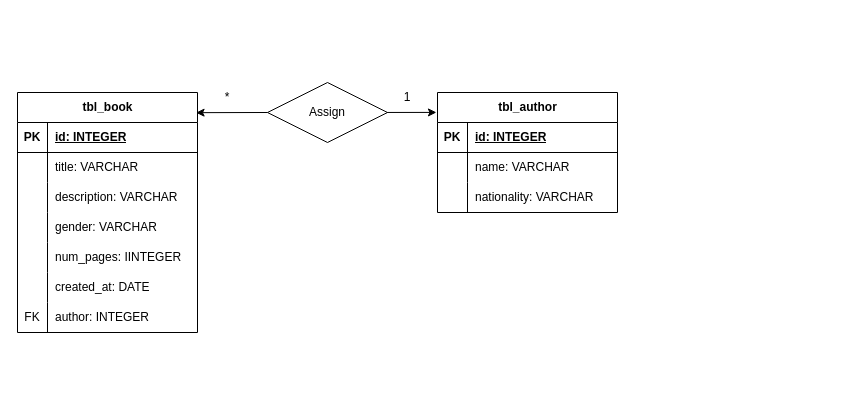
The draw.io diagram der.drawio in nxhuel/api-library, before the edit. Source tidied: cells renumbered, new cells numbered last; positions are measured from the earlier drawing's top-left corner, leaving out a move shared by most shapes. Both pictures are drawn from the tidied source at 100%, with x=0, y=0 at pixel (17, 82).
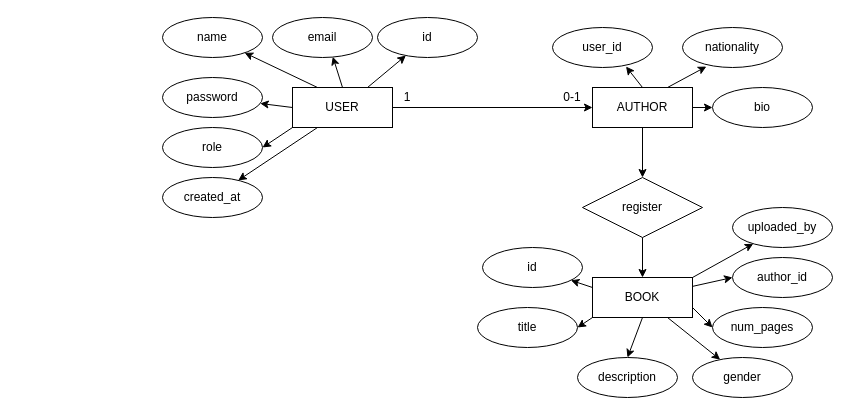
Above is the later version.

Change to the diagram source:
```diff
@@
-    <mxCell id="2" value="tbl_author" style="shape=table;startSize=30;childLayout=tableLayout;rowLines=0;fontStyle=1;align=center;html=1;" parent="1" vertex="1">
-      <mxGeometry x="420" y="10" width="180" height="120" as="geometry" />
-    </mxCell>
-    <mxCell id="3" style="shape=tableRow;horizontal=0;startSize=0;swimlaneHead=0;swimlaneBody=0;fillColor=none;top=0;left=0;right=0;bottom=1;" parent="2" vertex="1">
-      <mxGeometry y="30" width="180" height="30" as="geometry" />
-    </mxCell>
-    <mxCell id="4" value="PK" style="shape=partialRectangle;fillColor=none;top=0;left=0;bottom=0;right=0;fontStyle=1;overflow=hidden;whiteSpace=wrap;html=1;" parent="3" vertex="1">
-      <mxGeometry width="30" height="30" as="geometry" />
-    </mxCell>
-    <mxCell id="5" value="id: INTEGER" style="shape=partialRectangle;fillColor=none;top=0;left=0;bottom=0;right=0;align=left;spacingLeft=6;fontStyle=5;overflow=hidden;whiteSpace=wrap;html=1;" parent="3" vertex="1">
-      <mxGeometry x="30" width="150" height="30" as="geometry" />
-    </mxCell>
-    <mxCell id="6" style="shape=tableRow;horizontal=0;startSize=0;swimlaneHead=0;swimlaneBody=0;fillColor=none;top=0;left=0;right=0;bottom=0;" parent="2" vertex="1">
-      <mxGeometry y="60" width="180" height="30" as="geometry" />
-    </mxCell>
-    <mxCell id="7" style="shape=partialRectangle;fillColor=none;top=0;left=0;bottom=0;right=0;overflow=hidden;whiteSpace=wrap;html=1;" parent="6" vertex="1">
-      <mxGeometry width="30" height="30" as="geometry" />
-    </mxCell>
-    <mxCell id="8" value="name: VARCHAR" style="shape=partialRectangle;fillColor=none;top=0;left=0;bottom=0;right=0;align=left;spacingLeft=6;overflow=hidden;whiteSpace=wrap;html=1;" parent="6" vertex="1">
-      <mxGeometry x="30" width="150" height="30" as="geometry" />
-    </mxCell>
-    <mxCell id="9" style="shape=tableRow;horizontal=0;startSize=0;swimlaneHead=0;swimlaneBody=0;fillColor=none;top=0;left=0;right=0;bottom=0;" parent="2" vertex="1">
-      <mxGeometry y="90" width="180" height="30" as="geometry" />
-    </mxCell>
-    <mxCell id="10" style="shape=partialRectangle;fillColor=none;top=0;left=0;bottom=0;right=0;overflow=hidden;whiteSpace=wrap;html=1;" parent="9" vertex="1">
-      <mxGeometry width="30" height="30" as="geometry" />
-    </mxCell>
-    <mxCell id="11" value="nationality: VARCHAR" style="shape=partialRectangle;fillColor=none;top=0;left=0;bottom=0;right=0;align=left;spacingLeft=6;overflow=hidden;whiteSpace=wrap;html=1;" parent="9" vertex="1">
-      <mxGeometry x="30" width="150" height="30" as="geometry" />
-    </mxCell>
-    <mxCell id="12" value="tbl_book" style="shape=table;startSize=30;childLayout=tableLayout;rowLines=0;fontStyle=1;align=center;html=1;columnLines=1;resizeLastRow=0;swimlaneBody=1;swimlaneHead=1;horizontal=1;shadow=0;" parent="1" vertex="1">
-      <mxGeometry y="10" width="180" height="240" as="geometry" />
-    </mxCell>
-    <mxCell id="13" style="shape=tableRow;horizontal=0;startSize=0;swimlaneHead=0;swimlaneBody=0;fillColor=none;top=0;left=0;right=0;bottom=1;" parent="12" vertex="1">
-      <mxGeometry y="30" width="180" height="30" as="geometry" />
-    </mxCell>
-    <mxCell id="14" value="PK" style="shape=partialRectangle;fillColor=none;top=0;left=0;bottom=0;right=0;fontStyle=1;overflow=hidden;whiteSpace=wrap;html=1;" parent="13" vertex="1">
-      <mxGeometry width="30" height="30" as="geometry" />
-    </mxCell>
-    <mxCell id="15" value="id: INTEGER" style="shape=partialRectangle;fillColor=none;top=0;left=0;bottom=0;right=0;align=left;spacingLeft=6;fontStyle=5;overflow=hidden;whiteSpace=wrap;html=1;" parent="13" vertex="1">
-      <mxGeometry x="30" width="150" height="30" as="geometry" />
-    </mxCell>
-    <mxCell id="16" style="shape=tableRow;horizontal=0;startSize=0;swimlaneHead=0;swimlaneBody=0;fillColor=none;top=0;left=0;right=0;bottom=0;" parent="12" vertex="1">
-      <mxGeometry y="60" width="180" height="30" as="geometry" />
-    </mxCell>
-    <mxCell id="17" style="shape=partialRectangle;fillColor=none;top=0;left=0;bottom=0;right=0;overflow=hidden;whiteSpace=wrap;html=1;" parent="16" vertex="1">
-      <mxGeometry width="30" height="30" as="geometry" />
-    </mxCell>
-    <mxCell id="18" value="title: VARCHAR" style="shape=partialRectangle;fillColor=none;top=0;left=0;bottom=0;right=0;align=left;spacingLeft=6;overflow=hidden;whiteSpace=wrap;html=1;" parent="16" vertex="1">
-      <mxGeometry x="30" width="150" height="30" as="geometry" />
-    </mxCell>
-    <mxCell id="19" style="shape=tableRow;horizontal=0;startSize=0;swimlaneHead=0;swimlaneBody=0;fillColor=none;top=0;left=0;right=0;bottom=0;" parent="12" vertex="1">
-      <mxGeometry y="90" width="180" height="30" as="geometry" />
-    </mxCell>
-    <mxCell id="20" style="shape=partialRectangle;fillColor=none;top=0;left=0;bottom=0;right=0;overflow=hidden;whiteSpace=wrap;html=1;" parent="19" vertex="1">
-      <mxGeometry width="30" height="30" as="geometry" />
-    </mxCell>
-    <mxCell id="21" value="description: VARCHAR" style="shape=partialRectangle;fillColor=none;top=0;left=0;bottom=0;right=0;align=left;spacingLeft=6;overflow=hidden;whiteSpace=wrap;html=1;" parent="19" vertex="1">
-      <mxGeometry x="30" width="150" height="30" as="geometry" />
-    </mxCell>
-    <mxCell id="22" style="shape=tableRow;horizontal=0;startSize=0;swimlaneHead=0;swimlaneBody=0;fillColor=none;top=0;left=0;right=0;bottom=0;" parent="12" vertex="1">
-      <mxGeometry y="120" width="180" height="30" as="geometry" />
-    </mxCell>
-    <mxCell id="23" style="shape=partialRectangle;fillColor=none;top=0;left=0;bottom=0;right=0;overflow=hidden;whiteSpace=wrap;html=1;" parent="22" vertex="1">
-      <mxGeometry width="30" height="30" as="geometry" />
-    </mxCell>
-    <mxCell id="24" value="gender: VARCHAR" style="shape=partialRectangle;fillColor=none;top=0;left=0;bottom=0;right=0;align=left;spacingLeft=6;overflow=hidden;whiteSpace=wrap;html=1;" parent="22" vertex="1">
-      <mxGeometry x="30" width="150" height="30" as="geometry" />
-    </mxCell>
-    <mxCell id="25" style="shape=tableRow;horizontal=0;startSize=0;swimlaneHead=0;swimlaneBody=0;fillColor=none;top=0;left=0;right=0;bottom=0;" parent="12" vertex="1">
-      <mxGeometry y="150" width="180" height="30" as="geometry" />
-    </mxCell>
-    <mxCell id="26" style="shape=partialRectangle;fillColor=none;top=0;left=0;bottom=0;right=0;overflow=hidden;whiteSpace=wrap;html=1;" parent="25" vertex="1">
-      <mxGeometry width="30" height="30" as="geometry" />
-    </mxCell>
-    <mxCell id="27" value="num_pages: IINTEGER" style="shape=partialRectangle;fillColor=none;top=0;left=0;bottom=0;right=0;align=left;spacingLeft=6;overflow=hidden;whiteSpace=wrap;html=1;" parent="25" vertex="1">
-      <mxGeometry x="30" width="150" height="30" as="geometry" />
-    </mxCell>
-    <mxCell id="28" style="shape=tableRow;horizontal=0;startSize=0;swimlaneHead=0;swimlaneBody=0;fillColor=none;top=0;left=0;right=0;bottom=0;" parent="12" vertex="1">
-      <mxGeometry y="180" width="180" height="30" as="geometry" />
-    </mxCell>
-    <mxCell id="29" style="shape=partialRectangle;fillColor=none;top=0;left=0;bottom=0;right=0;overflow=hidden;whiteSpace=wrap;html=1;" parent="28" vertex="1">
-      <mxGeometry width="30" height="30" as="geometry" />
-    </mxCell>
-    <mxCell id="30" value="created_at: DATE" style="shape=partialRectangle;fillColor=none;top=0;left=0;bottom=0;right=0;align=left;spacingLeft=6;overflow=hidden;whiteSpace=wrap;html=1;" parent="28" vertex="1">
-      <mxGeometry x="30" width="150" height="30" as="geometry" />
-    </mxCell>
-    <mxCell id="31" style="shape=tableRow;horizontal=0;startSize=0;swimlaneHead=0;swimlaneBody=0;fillColor=none;top=0;left=0;right=0;bottom=0;" parent="12" vertex="1">
-      <mxGeometry y="210" width="180" height="30" as="geometry" />
-    </mxCell>
-    <mxCell id="32" value="FK" style="shape=partialRectangle;fillColor=none;top=0;left=0;bottom=0;right=0;overflow=hidden;whiteSpace=wrap;html=1;" parent="31" vertex="1">
-      <mxGeometry width="30" height="30" as="geometry" />
-    </mxCell>
-    <mxCell id="33" value="author: INTEGER" style="shape=partialRectangle;fillColor=none;top=0;left=0;bottom=0;right=0;align=left;spacingLeft=6;overflow=hidden;whiteSpace=wrap;html=1;" parent="31" vertex="1">
-      <mxGeometry x="30" width="150" height="30" as="geometry" />
-    </mxCell>
-    <mxCell id="34" style="endArrow=none;html=1;rounded=0;" parent="1" edge="1" source="35">
-      <mxGeometry relative="1" as="geometry">
-        <mxPoint x="340" y="30" as="targetPoint" />
-      </mxGeometry>
-    </mxCell>
-    <mxCell id="35" value="Assign" style="shape=rhombus;perimeter=rhombusPerimeter;whiteSpace=wrap;html=1;align=center;" parent="1" vertex="1">
-      <mxGeometry x="250" width="120" height="60" as="geometry" />
-    </mxCell>
+    <mxCell id="40" style="edgeStyle=none;html=1;exitX=0.75;exitY=0;exitDx=0;exitDy=0;" parent="1" edge="1" source="39" target="46">
+      <mxGeometry relative="1" as="geometry" />
+    </mxCell>
+    <mxCell id="41" style="edgeStyle=none;html=1;exitX=0.25;exitY=0;exitDx=0;exitDy=0;" parent="1" edge="1" source="39" target="48">
+      <mxGeometry relative="1" as="geometry" />
+    </mxCell>
+    <mxCell id="42" style="edgeStyle=none;html=1;exitX=0;exitY=0.5;exitDx=0;exitDy=0;" parent="1" edge="1" source="39" target="49">
+      <mxGeometry relative="1" as="geometry" />
+    </mxCell>
+    <mxCell id="43" style="edgeStyle=none;html=1;exitX=0;exitY=1;exitDx=0;exitDy=0;entryX=1;entryY=0.5;entryDx=0;entryDy=0;" parent="1" edge="1" source="39" target="51">
+      <mxGeometry relative="1" as="geometry" />
+    </mxCell>
+    <mxCell id="44" style="edgeStyle=none;html=1;exitX=0.25;exitY=1;exitDx=0;exitDy=0;" parent="1" edge="1" source="39" target="50">
+      <mxGeometry relative="1" as="geometry" />
+    </mxCell>
+    <mxCell id="45" style="edgeStyle=none;html=1;" parent="1" edge="1" source="39" target="55">
+      <mxGeometry relative="1" as="geometry" />
+    </mxCell>
+    <mxCell id="39" value="USER" style="whiteSpace=wrap;html=1;align=center;" parent="1" vertex="1">
+      <mxGeometry x="275" y="5" width="100" height="40" as="geometry" />
+    </mxCell>
+    <mxCell id="46" value="id" style="ellipse;whiteSpace=wrap;html=1;align=center;" parent="1" vertex="1">
+      <mxGeometry x="360" y="-65" width="100" height="40" as="geometry" />
+    </mxCell>
+    <mxCell id="47" value="email" style="ellipse;whiteSpace=wrap;html=1;align=center;" parent="1" vertex="1">
+      <mxGeometry x="255" y="-65" width="100" height="40" as="geometry" />
+    </mxCell>
+    <mxCell id="48" value="name" style="ellipse;whiteSpace=wrap;html=1;align=center;" parent="1" vertex="1">
+      <mxGeometry x="145" y="-65" width="100" height="40" as="geometry" />
+    </mxCell>
+    <mxCell id="49" value="password" style="ellipse;whiteSpace=wrap;html=1;align=center;" parent="1" vertex="1">
+      <mxGeometry x="145" y="-5" width="100" height="40" as="geometry" />
+    </mxCell>
+    <mxCell id="50" value="created_at" style="ellipse;whiteSpace=wrap;html=1;align=center;" parent="1" vertex="1">
+      <mxGeometry x="145" y="95" width="100" height="40" as="geometry" />
+    </mxCell>
+    <mxCell id="51" value="role" style="ellipse;whiteSpace=wrap;html=1;align=center;" parent="1" vertex="1">
+      <mxGeometry x="145" y="45" width="100" height="40" as="geometry" />
+    </mxCell>
+    <mxCell id="52" style="edgeStyle=none;html=1;exitX=0.5;exitY=0;exitDx=0;exitDy=0;entryX=0.603;entryY=0.981;entryDx=0;entryDy=0;entryPerimeter=0;" parent="1" edge="1" source="39" target="47">
+      <mxGeometry relative="1" as="geometry" />
+    </mxCell>
+    <mxCell id="53" style="edgeStyle=none;html=1;exitX=1;exitY=0.5;exitDx=0;exitDy=0;" parent="1" edge="1" source="55" target="59">
+      <mxGeometry relative="1" as="geometry" />
+    </mxCell>
+    <mxCell id="54" style="edgeStyle=none;html=1;" parent="1" edge="1" source="55" target="63">
+      <mxGeometry relative="1" as="geometry" />
+    </mxCell>
+    <mxCell id="55" value="AUTHOR" style="whiteSpace=wrap;html=1;align=center;" parent="1" vertex="1">
+      <mxGeometry x="575" y="5" width="100" height="40" as="geometry" />
+    </mxCell>
-    <mxCell id="36" value="1" style="text;html=1;align=center;verticalAlign=middle;whiteSpace=wrap;rounded=0;" parent="1" vertex="1">
+    <mxCell id="36" value="1" style="text;strokeColor=none;align=center;fillColor=none;html=1;verticalAlign=middle;whiteSpace=wrap;rounded=0;" parent="1" vertex="1">
       <mxGeometry x="360" width="60" height="30" as="geometry" />
     </mxCell>
-    <mxCell id="37" style="edgeStyle=none;html=1;entryX=-0.006;entryY=0.166;entryDx=0;entryDy=0;entryPerimeter=0;" parent="1" edge="1" source="35" target="2">
-      <mxGeometry relative="1" as="geometry" />
-    </mxCell>
-    <mxCell id="38" value="*" style="text;html=1;align=center;verticalAlign=middle;whiteSpace=wrap;rounded=0;" parent="1" vertex="1">
-      <mxGeometry x="180" width="60" height="30" as="geometry" />
-    </mxCell>
-    <mxCell id="39" style="edgeStyle=none;html=1;exitX=0;exitY=0.5;exitDx=0;exitDy=0;entryX=0.992;entryY=0.084;entryDx=0;entryDy=0;entryPerimeter=0;" parent="1" edge="1" source="35" target="12">
-      <mxGeometry relative="1" as="geometry" />
-    </mxCell>
+    <mxCell id="56" value="0-1" style="text;strokeColor=none;align=center;fillColor=none;html=1;verticalAlign=middle;whiteSpace=wrap;rounded=0;" parent="1" vertex="1">
+      <mxGeometry x="525" width="60" height="30" as="geometry" />
+    </mxCell>
+    <mxCell id="57" value="user_id" style="ellipse;whiteSpace=wrap;html=1;align=center;" parent="1" vertex="1">
+      <mxGeometry x="535" y="-55" width="100" height="40" as="geometry" />
+    </mxCell>
+    <mxCell id="58" value="nationality" style="ellipse;whiteSpace=wrap;html=1;align=center;" parent="1" vertex="1">
+      <mxGeometry x="665" y="-55" width="100" height="40" as="geometry" />
+    </mxCell>
+    <mxCell id="59" value="bio" style="ellipse;whiteSpace=wrap;html=1;align=center;" parent="1" vertex="1">
+      <mxGeometry x="695" y="5" width="100" height="40" as="geometry" />
+    </mxCell>
+    <mxCell id="60" style="edgeStyle=none;html=1;exitX=0.5;exitY=0;exitDx=0;exitDy=0;entryX=0.735;entryY=0.976;entryDx=0;entryDy=0;entryPerimeter=0;" parent="1" edge="1" source="55" target="57">
+      <mxGeometry relative="1" as="geometry" />
+    </mxCell>
+    <mxCell id="61" style="edgeStyle=none;html=1;exitX=0.75;exitY=0;exitDx=0;exitDy=0;entryX=0.239;entryY=0.976;entryDx=0;entryDy=0;entryPerimeter=0;" parent="1" edge="1" source="55" target="58">
+      <mxGeometry relative="1" as="geometry" />
+    </mxCell>
+    <mxCell id="62" style="edgeStyle=none;html=1;" parent="1" edge="1" source="63" target="71">
+      <mxGeometry relative="1" as="geometry" />
+    </mxCell>
+    <mxCell id="63" value="register" style="shape=rhombus;perimeter=rhombusPerimeter;whiteSpace=wrap;html=1;align=center;" parent="1" vertex="1">
+      <mxGeometry x="565" y="95" width="120" height="60" as="geometry" />
+    </mxCell>
+    <mxCell id="64" style="edgeStyle=none;html=1;exitX=1;exitY=0;exitDx=0;exitDy=0;" parent="1" edge="1" source="71" target="78">
+      <mxGeometry relative="1" as="geometry" />
+    </mxCell>
+    <mxCell id="65" style="edgeStyle=none;html=1;entryX=0;entryY=0.5;entryDx=0;entryDy=0;" parent="1" edge="1" source="71" target="77">
+      <mxGeometry relative="1" as="geometry" />
+    </mxCell>
+    <mxCell id="66" style="edgeStyle=none;html=1;exitX=1;exitY=0.75;exitDx=0;exitDy=0;entryX=0;entryY=0.5;entryDx=0;entryDy=0;" parent="1" edge="1" source="71" target="76">
+      <mxGeometry relative="1" as="geometry" />
+    </mxCell>
+    <mxCell id="67" style="edgeStyle=none;html=1;exitX=0.75;exitY=1;exitDx=0;exitDy=0;" parent="1" edge="1" source="71" target="75">
+      <mxGeometry relative="1" as="geometry" />
+    </mxCell>
+    <mxCell id="68" style="edgeStyle=none;html=1;exitX=0.5;exitY=1;exitDx=0;exitDy=0;entryX=0.5;entryY=0;entryDx=0;entryDy=0;" parent="1" edge="1" source="71" target="74">
+      <mxGeometry relative="1" as="geometry" />
+    </mxCell>
+    <mxCell id="69" style="edgeStyle=none;html=1;exitX=0;exitY=1;exitDx=0;exitDy=0;entryX=1;entryY=0.5;entryDx=0;entryDy=0;" parent="1" edge="1" source="71" target="73">
+      <mxGeometry relative="1" as="geometry" />
+    </mxCell>
+    <mxCell id="70" style="edgeStyle=none;html=1;exitX=0;exitY=0.25;exitDx=0;exitDy=0;" parent="1" edge="1" source="71" target="72">
+      <mxGeometry relative="1" as="geometry" />
+    </mxCell>
+    <mxCell id="71" value="BOOK" style="whiteSpace=wrap;html=1;align=center;" parent="1" vertex="1">
+      <mxGeometry x="575" y="195" width="100" height="40" as="geometry" />
+    </mxCell>
+    <mxCell id="72" value="id" style="ellipse;whiteSpace=wrap;html=1;align=center;" parent="1" vertex="1">
+      <mxGeometry x="465" y="165" width="100" height="40" as="geometry" />
+    </mxCell>
+    <mxCell id="73" value="title" style="ellipse;whiteSpace=wrap;html=1;align=center;" parent="1" vertex="1">
+      <mxGeometry x="460" y="225" width="100" height="40" as="geometry" />
+    </mxCell>
+    <mxCell id="74" value="description" style="ellipse;whiteSpace=wrap;html=1;align=center;" parent="1" vertex="1">
+      <mxGeometry x="560" y="275" width="100" height="40" as="geometry" />
+    </mxCell>
+    <mxCell id="75" value="gender" style="ellipse;whiteSpace=wrap;html=1;align=center;" parent="1" vertex="1">
+      <mxGeometry x="675" y="275" width="100" height="40" as="geometry" />
+    </mxCell>
+    <mxCell id="76" value="num_pages" style="ellipse;whiteSpace=wrap;html=1;align=center;" parent="1" vertex="1">
+      <mxGeometry x="695" y="225" width="100" height="40" as="geometry" />
+    </mxCell>
+    <mxCell id="77" value="author_id" style="ellipse;whiteSpace=wrap;html=1;align=center;" parent="1" vertex="1">
+      <mxGeometry x="715" y="175" width="100" height="40" as="geometry" />
+    </mxCell>
+    <mxCell id="78" value="uploaded_by" style="ellipse;whiteSpace=wrap;html=1;align=center;" parent="1" vertex="1">
+      <mxGeometry x="715" y="125" width="100" height="40" as="geometry" />
+    </mxCell>
```
